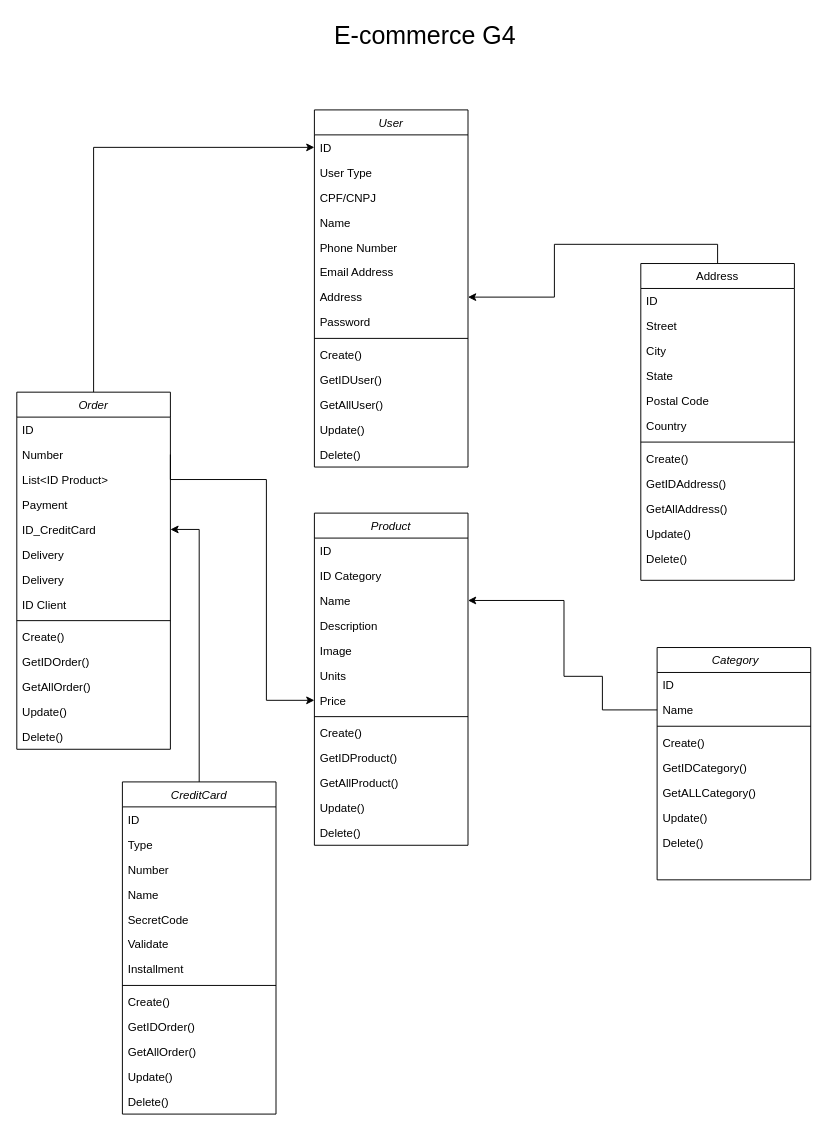
Above: EcommerceG4.drawio in Acelera-G4/e-commerceG4 (draw.io), before the change. Source tidied: cells renumbered, new cells numbered last; positions are measured from the earlier drawing's top-left corner, leaving out a move shared by most shapes. Both pictures are drawn from the tidied source at 96%, with x=0, y=0 at pixel (16, 16).
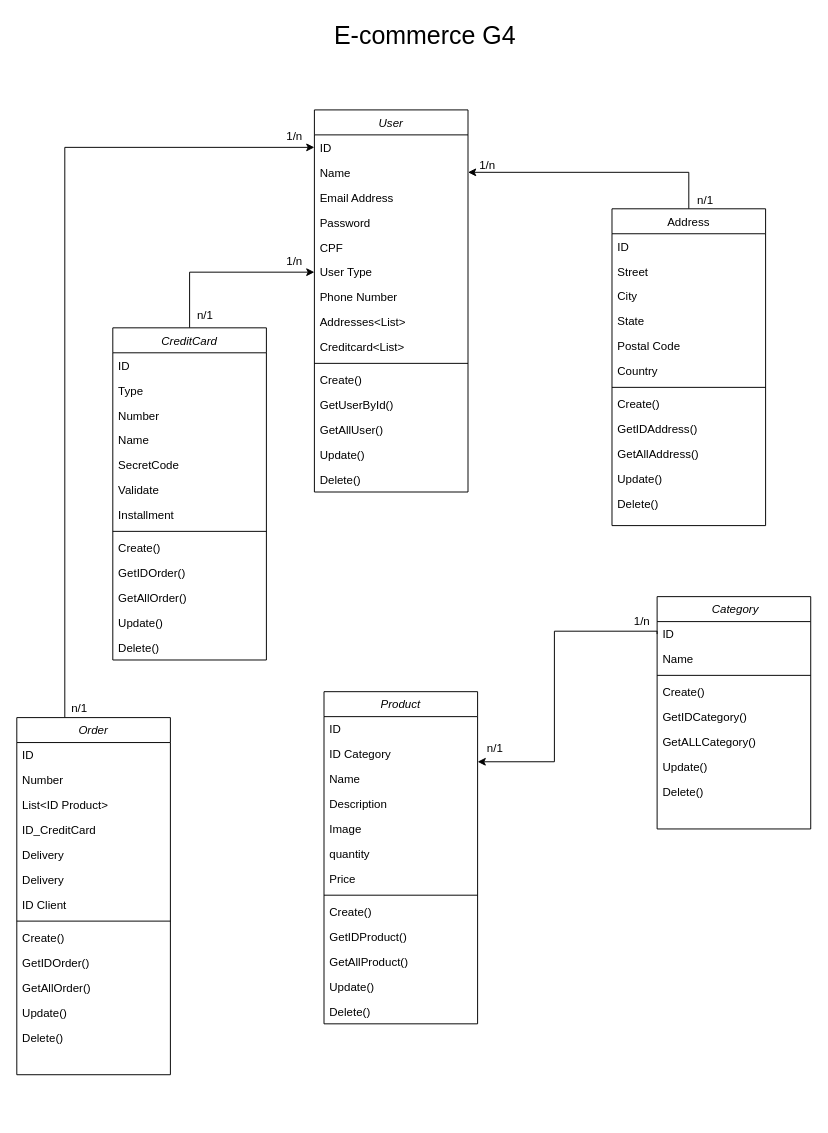
The same diagram, later.

The change refers to these unchanged cells:
```xml
<mxCell id="3" value="ID&#10;" style="text;align=left;verticalAlign=top;spacingLeft=4;spacingRight=4;overflow=hidden;points=[[0,0.5],[1,0.5]];portConstraint=eastwest;" parent="2" vertex="1">
  <mxGeometry y="26" width="160" height="26" as="geometry" />
</mxCell>
<mxCell id="34" value="Number" style="text;align=left;verticalAlign=top;spacingLeft=4;spacingRight=4;overflow=hidden;points=[[0,0.5],[1,0.5]];portConstraint=eastwest;" parent="32" vertex="1">
  <mxGeometry y="52" width="160" height="26" as="geometry" />
</mxCell>
<mxCell id="48" value="ID&#10;" style="text;align=left;verticalAlign=top;spacingLeft=4;spacingRight=4;overflow=hidden;points=[[0,0.5],[1,0.5]];portConstraint=eastwest;" parent="47" vertex="1">
  <mxGeometry y="26" width="160" height="26" as="geometry" />
</mxCell>
<mxCell id="49" value="Name" style="text;align=left;verticalAlign=top;spacingLeft=4;spacingRight=4;overflow=hidden;points=[[0,0.5],[1,0.5]];portConstraint=eastwest;" parent="47" vertex="1">
  <mxGeometry y="52" width="160" height="26" as="geometry" />
</mxCell>
<mxCell id="58" value="ID Category&#10;" style="text;align=left;verticalAlign=top;spacingLeft=4;spacingRight=4;overflow=hidden;points=[[0,0.5],[1,0.5]];portConstraint=eastwest;rounded=0;shadow=0;html=0;" parent="56" vertex="1">
  <mxGeometry y="52" width="160" height="26" as="geometry" />
</mxCell>
<mxCell id="59" value="Name" style="text;align=left;verticalAlign=top;spacingLeft=4;spacingRight=4;overflow=hidden;points=[[0,0.5],[1,0.5]];portConstraint=eastwest;" parent="56" vertex="1">
  <mxGeometry y="78" width="160" height="26" as="geometry" />
</mxCell>
<mxCell id="63" value="Price" style="text;align=left;verticalAlign=top;spacingLeft=4;spacingRight=4;overflow=hidden;points=[[0,0.5],[1,0.5]];portConstraint=eastwest;" parent="56" vertex="1">
  <mxGeometry y="182" width="160" height="26" as="geometry" />
</mxCell>
```

What changed in the source:
```diff
@@
     <mxCell id="2" value="User" style="swimlane;fontStyle=2;align=center;verticalAlign=top;horizontal=1;startSize=26;rounded=0;shadow=0;strokeWidth=1;" parent="1" vertex="1">
-      <mxGeometry x="310" y="97" width="160" height="372" as="geometry" />
+      <mxGeometry x="310" y="97" width="160" height="398" as="geometry" />
     </mxCell>
@@
+    <mxCell id="6" value="Name" style="text;align=left;verticalAlign=top;spacingLeft=4;spacingRight=4;overflow=hidden;points=[[0,0.5],[1,0.5]];portConstraint=eastwest;" parent="2" vertex="1">
+      <mxGeometry y="52" width="160" height="26" as="geometry" />
+    </mxCell>
+    <mxCell id="8" value="Email Address" style="text;align=left;verticalAlign=top;spacingLeft=4;spacingRight=4;overflow=hidden;rounded=0;shadow=0;html=0;" parent="2" vertex="1">
+      <mxGeometry y="78" width="160" height="26" as="geometry" />
+    </mxCell>
+    <mxCell id="10" value="Password" style="text;align=left;verticalAlign=top;spacingLeft=4;spacingRight=4;overflow=hidden;rounded=0;shadow=0;html=0;" parent="2" vertex="1">
+      <mxGeometry y="104" width="160" height="26" as="geometry" />
+    </mxCell>
+    <mxCell id="5" value="CPF&#10;" style="text;align=left;verticalAlign=top;spacingLeft=4;spacingRight=4;overflow=hidden;rounded=0;shadow=0;html=0;" parent="2" vertex="1">
+      <mxGeometry y="130" width="160" height="26" as="geometry" />
+    </mxCell>
     <mxCell id="4" value="User Type&#10;" style="text;align=left;verticalAlign=top;spacingLeft=4;spacingRight=4;overflow=hidden;points=[[0,0.5],[1,0.5]];portConstraint=eastwest;rounded=0;shadow=0;html=0;" parent="2" vertex="1">
-      <mxGeometry y="52" width="160" height="26" as="geometry" />
+      <mxGeometry y="156" width="160" height="26" as="geometry" />
     </mxCell>
-    <mxCell id="5" value="CPF/CNPJ&#10;" style="text;align=left;verticalAlign=top;spacingLeft=4;spacingRight=4;overflow=hidden;rounded=0;shadow=0;html=0;" parent="2" vertex="1">
-      <mxGeometry y="78" width="160" height="26" as="geometry" />
-    </mxCell>
-    <mxCell id="6" value="Name" style="text;align=left;verticalAlign=top;spacingLeft=4;spacingRight=4;overflow=hidden;points=[[0,0.5],[1,0.5]];portConstraint=eastwest;" parent="2" vertex="1">
-      <mxGeometry y="104" width="160" height="26" as="geometry" />
-    </mxCell>
     <mxCell id="7" value="Phone Number" style="text;align=left;verticalAlign=top;spacingLeft=4;spacingRight=4;overflow=hidden;rounded=0;shadow=0;html=0;" parent="2" vertex="1">
-      <mxGeometry y="130" width="160" height="26" as="geometry" />
+      <mxGeometry y="182" width="160" height="26" as="geometry" />
     </mxCell>
-    <mxCell id="8" value="Email Address" style="text;align=left;verticalAlign=top;spacingLeft=4;spacingRight=4;overflow=hidden;rounded=0;shadow=0;html=0;" parent="2" vertex="1">
-      <mxGeometry y="156" width="160" height="26" as="geometry" />
-    </mxCell>
-    <mxCell id="9" value="Address&#10;" style="text;align=left;verticalAlign=top;spacingLeft=4;spacingRight=4;overflow=hidden;points=[[0,0.5],[1,0.5]];portConstraint=eastwest;rounded=0;shadow=0;html=0;" parent="2" vertex="1">
-      <mxGeometry y="182" width="160" height="26" as="geometry" />
+    <mxCell id="9" value="Addresses&lt;List&gt;" style="text;align=left;verticalAlign=top;spacingLeft=4;spacingRight=4;overflow=hidden;points=[[0,0.5],[1,0.5]];portConstraint=eastwest;rounded=0;shadow=0;html=0;" parent="2" vertex="1">
+      <mxGeometry y="208" width="160" height="26" as="geometry" />
     </mxCell>
-    <mxCell id="10" value="Password" style="text;align=left;verticalAlign=top;spacingLeft=4;spacingRight=4;overflow=hidden;rounded=0;shadow=0;html=0;" parent="2" vertex="1">
-      <mxGeometry y="208" width="160" height="26" as="geometry" />
-    </mxCell>
+    <mxCell id="88" value="Creditcard&lt;List&gt;" style="text;align=left;verticalAlign=top;spacingLeft=4;spacingRight=4;overflow=hidden;rounded=0;shadow=0;html=0;" parent="2" vertex="1">
+      <mxGeometry y="234" width="160" height="26" as="geometry" />
+    </mxCell>
     <mxCell id="11" style="line;html=1;strokeWidth=1;align=left;verticalAlign=middle;spacingTop=-1;spacingLeft=3;spacingRight=3;labelPosition=right;" parent="2" vertex="1">
-      <mxGeometry y="234" width="160" height="8" as="geometry" />
+      <mxGeometry y="260" width="160" height="8" as="geometry" />
     </mxCell>
     <mxCell id="12" value="Create()&#10;" style="text;align=left;verticalAlign=top;spacingLeft=4;spacingRight=4;overflow=hidden;rounded=0;shadow=0;html=0;" parent="2" vertex="1">
-      <mxGeometry y="242" width="160" height="26" as="geometry" />
+      <mxGeometry y="268" width="160" height="26" as="geometry" />
     </mxCell>
-    <mxCell id="13" value="GetIDUser()" style="text;align=left;verticalAlign=top;spacingLeft=4;spacingRight=4;overflow=hidden;rounded=0;shadow=0;html=0;" parent="2" vertex="1">
-      <mxGeometry y="268" width="160" height="26" as="geometry" />
+    <mxCell id="13" value="GetUserById()" style="text;align=left;verticalAlign=top;spacingLeft=4;spacingRight=4;overflow=hidden;rounded=0;shadow=0;html=0;" parent="2" vertex="1">
+      <mxGeometry y="294" width="160" height="26" as="geometry" />
     </mxCell>
     <mxCell id="14" value="GetAllUser()" style="text;align=left;verticalAlign=top;spacingLeft=4;spacingRight=4;overflow=hidden;rounded=0;shadow=0;html=0;" parent="2" vertex="1">
-      <mxGeometry y="294" width="160" height="26" as="geometry" />
+      <mxGeometry y="320" width="160" height="26" as="geometry" />
     </mxCell>
     <mxCell id="15" value="Update()" style="text;align=left;verticalAlign=top;spacingLeft=4;spacingRight=4;overflow=hidden;rounded=0;shadow=0;html=0;" parent="2" vertex="1">
-      <mxGeometry y="320" width="160" height="26" as="geometry" />
+      <mxGeometry y="346" width="160" height="26" as="geometry" />
     </mxCell>
     <mxCell id="16" value="Delete()" style="text;align=left;verticalAlign=top;spacingLeft=4;spacingRight=4;overflow=hidden;rounded=0;shadow=0;html=0;" parent="2" vertex="1">
-      <mxGeometry y="346" width="160" height="26" as="geometry" />
+      <mxGeometry y="372" width="160" height="26" as="geometry" />
     </mxCell>
-    <mxCell id="17" style="edgeStyle=orthogonalEdgeStyle;rounded=0;jettySize=auto;html=1;exitX=0.5;exitY=0;exitDx=0;exitDy=0;entryX=1;entryY=0.5;entryDx=0;entryDy=0;" parent="1" edge="1" source="18" target="9">
+    <mxCell id="17" style="edgeStyle=orthogonalEdgeStyle;rounded=0;jettySize=auto;html=1;exitX=0.5;exitY=0;exitDx=0;exitDy=0;entryX=1;entryY=0.5;entryDx=0;entryDy=0;" parent="1" edge="1" source="18" target="6">
       <mxGeometry relative="1" as="geometry" />
     </mxCell>
     <mxCell id="18" value="Address" style="swimlane;fontStyle=0;align=center;verticalAlign=top;horizontal=1;startSize=26;rounded=0;shadow=0;strokeWidth=1;" parent="1" vertex="1">
-      <mxGeometry x="650" y="257" width="160" height="330" as="geometry" />
+      <mxGeometry x="620" y="200" width="160" height="330" as="geometry" />
     </mxCell>
@@
     <mxCell id="31" style="edgeStyle=orthogonalEdgeStyle;rounded=0;jettySize=auto;html=1;entryX=0;entryY=0.5;entryDx=0;entryDy=0;" parent="1" edge="1" source="32" target="3">
-      <mxGeometry relative="1" as="geometry" />
+      <mxGeometry relative="1" as="geometry">
+        <Array as="points">
+          <mxPoint x="50" y="136" />
+        </Array>
+      </mxGeometry>
     </mxCell>
     <mxCell id="32" value="Order" style="swimlane;fontStyle=2;align=center;verticalAlign=top;horizontal=1;startSize=26;rounded=0;shadow=0;strokeWidth=1;" parent="1" vertex="1">
-      <mxGeometry y="391" width="160" height="372" as="geometry" />
+      <mxGeometry y="730" width="160" height="372" as="geometry" />
     </mxCell>
@@
-    <mxCell id="36" value="Payment" style="text;align=left;verticalAlign=top;spacingLeft=4;spacingRight=4;overflow=hidden;rounded=0;shadow=0;html=0;" parent="32" vertex="1">
-      <mxGeometry y="104" width="160" height="26" as="geometry" />
-    </mxCell>
     <mxCell id="37" value="ID_CreditCard" style="text;align=left;verticalAlign=top;spacingLeft=4;spacingRight=4;overflow=hidden;points=[[0,0.5],[1,0.5]];portConstraint=eastwest;" parent="32" vertex="1">
-      <mxGeometry y="130" width="160" height="26" as="geometry" />
+      <mxGeometry y="104" width="160" height="26" as="geometry" />
     </mxCell>
     <mxCell id="38" value="Delivery" style="text;align=left;verticalAlign=top;spacingLeft=4;spacingRight=4;overflow=hidden;rounded=0;shadow=0;html=0;" parent="32" vertex="1">
-      <mxGeometry y="156" width="160" height="26" as="geometry" />
+      <mxGeometry y="130" width="160" height="26" as="geometry" />
     </mxCell>
     <mxCell id="39" value="Delivery" style="text;align=left;verticalAlign=top;spacingLeft=4;spacingRight=4;overflow=hidden;rounded=0;shadow=0;html=0;" parent="32" vertex="1">
-      <mxGeometry y="182" width="160" height="26" as="geometry" />
+      <mxGeometry y="156" width="160" height="26" as="geometry" />
     </mxCell>
-    <mxCell id="40" value="ID Client&#10;" style="text;align=left;verticalAlign=top;spacingLeft=4;spacingRight=4;overflow=hidden;rounded=0;shadow=0;html=0;" parent="32" vertex="1">
-      <mxGeometry y="208" width="160" height="26" as="geometry" />
+    <mxCell id="40" value="ID Client" style="text;align=left;verticalAlign=top;spacingLeft=4;spacingRight=4;overflow=hidden;rounded=0;shadow=0;html=0;" parent="32" vertex="1">
+      <mxGeometry y="182" width="160" height="26" as="geometry" />
     </mxCell>
     <mxCell id="41" style="line;html=1;strokeWidth=1;align=left;verticalAlign=middle;spacingTop=-1;spacingLeft=3;spacingRight=3;labelPosition=right;" parent="32" vertex="1">
-      <mxGeometry y="234" width="160" height="8" as="geometry" />
+      <mxGeometry y="208" width="160" height="8" as="geometry" />
     </mxCell>
     <mxCell id="42" value="Create()&#10;" style="text;align=left;verticalAlign=top;spacingLeft=4;spacingRight=4;overflow=hidden;rounded=0;shadow=0;html=0;" parent="32" vertex="1">
-      <mxGeometry y="242" width="160" height="26" as="geometry" />
+      <mxGeometry y="216" width="160" height="26" as="geometry" />
     </mxCell>
     <mxCell id="43" value="GetIDOrder()" style="text;align=left;verticalAlign=top;spacingLeft=4;spacingRight=4;overflow=hidden;rounded=0;shadow=0;html=0;" parent="32" vertex="1">
-      <mxGeometry y="268" width="160" height="26" as="geometry" />
+      <mxGeometry y="242" width="160" height="26" as="geometry" />
     </mxCell>
     <mxCell id="44" value="GetAllOrder()" style="text;align=left;verticalAlign=top;spacingLeft=4;spacingRight=4;overflow=hidden;rounded=0;shadow=0;html=0;" parent="32" vertex="1">
-      <mxGeometry y="294" width="160" height="26" as="geometry" />
+      <mxGeometry y="268" width="160" height="26" as="geometry" />
     </mxCell>
     <mxCell id="45" value="Update()" style="text;align=left;verticalAlign=top;spacingLeft=4;spacingRight=4;overflow=hidden;rounded=0;shadow=0;html=0;" parent="32" vertex="1">
-      <mxGeometry y="320" width="160" height="26" as="geometry" />
+      <mxGeometry y="294" width="160" height="26" as="geometry" />
     </mxCell>
     <mxCell id="46" value="Delete()" style="text;align=left;verticalAlign=top;spacingLeft=4;spacingRight=4;overflow=hidden;rounded=0;shadow=0;html=0;" parent="32" vertex="1">
-      <mxGeometry y="346" width="160" height="26" as="geometry" />
+      <mxGeometry y="320" width="160" height="26" as="geometry" />
     </mxCell>
     <mxCell id="47" value=" Category" style="swimlane;fontStyle=2;align=center;verticalAlign=top;horizontal=1;startSize=26;rounded=0;shadow=0;strokeWidth=1;" parent="1" vertex="1">
-      <mxGeometry x="667" y="657" width="160" height="242" as="geometry" />
+      <mxGeometry x="667" y="604" width="160" height="242" as="geometry" />
     </mxCell>
@@
     <mxCell id="56" value="Product&#10;" style="swimlane;fontStyle=2;align=center;verticalAlign=top;horizontal=1;startSize=26;rounded=0;shadow=0;strokeWidth=1;" parent="1" vertex="1">
-      <mxGeometry x="310" y="517" width="160" height="346" as="geometry" />
+      <mxGeometry x="320" y="703" width="160" height="346" as="geometry" />
     </mxCell>
@@
-    <mxCell id="62" value="Units" style="text;align=left;verticalAlign=top;spacingLeft=4;spacingRight=4;overflow=hidden;" parent="56" vertex="1">
+    <mxCell id="62" value="quantity" style="text;align=left;verticalAlign=top;spacingLeft=4;spacingRight=4;overflow=hidden;" parent="56" vertex="1">
       <mxGeometry y="156" width="160" height="26" as="geometry" />
     </mxCell>
@@
-    <mxCell id="70" style="edgeStyle=orthogonalEdgeStyle;rounded=0;jettySize=auto;html=1;exitX=1;exitY=0.5;exitDx=0;exitDy=0;entryX=0;entryY=0.5;entryDx=0;entryDy=0;" parent="1" edge="1" source="34" target="63">
-      <mxGeometry relative="1" as="geometry">
-        <Array as="points">
-          <mxPoint x="260" y="482" />
-          <mxPoint x="260" y="712" />
-        </Array>
-      </mxGeometry>
-    </mxCell>
-    <mxCell id="71" style="edgeStyle=orthogonalEdgeStyle;rounded=0;jettySize=auto;html=1;exitX=0;exitY=0.5;exitDx=0;exitDy=0;entryX=1;entryY=0.5;entryDx=0;entryDy=0;" parent="1" edge="1" source="49" target="59">
+    <mxCell id="71" style="edgeStyle=orthogonalEdgeStyle;rounded=0;jettySize=auto;html=1;exitX=0;exitY=0.5;exitDx=0;exitDy=0;entryX=1;entryY=0.808;entryDx=0;entryDy=0;entryPerimeter=0;" parent="1" edge="1" source="48" target="58">
       <mxGeometry relative="1" as="geometry">
         <Array as="points">
-          <mxPoint x="610" y="722" />
-          <mxPoint x="610" y="687" />
-          <mxPoint x="570" y="687" />
-          <mxPoint x="570" y="608" />
+          <mxPoint x="667" y="640" />
+          <mxPoint x="560" y="640" />
+          <mxPoint x="560" y="776" />
         </Array>
       </mxGeometry>
     </mxCell>
@@
-    <mxCell id="73" style="edgeStyle=orthogonalEdgeStyle;rounded=0;jettySize=auto;html=1;entryX=1;entryY=0.5;entryDx=0;entryDy=0;" parent="1" edge="1" source="74" target="37">
-      <mxGeometry relative="1" as="geometry" />
-    </mxCell>
+    <mxCell id="89" style="edgeStyle=orthogonalEdgeStyle;rounded=0;jettySize=auto;html=1;entryX=0;entryY=0.5;entryDx=0;entryDy=0;" parent="1" edge="1" source="74" target="4">
+      <mxGeometry relative="1" as="geometry" />
+    </mxCell>
     <mxCell id="74" value="CreditCard" style="swimlane;fontStyle=2;align=center;verticalAlign=top;horizontal=1;startSize=26;rounded=0;shadow=0;strokeWidth=1;" parent="1" vertex="1">
-      <mxGeometry x="110" y="797" width="160" height="346" as="geometry" />
+      <mxGeometry x="100" y="324" width="160" height="346" as="geometry" />
     </mxCell>
@@
+    <mxCell id="90" value="n/1" style="text;html=1;align=center;verticalAlign=middle;strokeColor=none;fillColor=none;" parent="1" vertex="1">
+      <mxGeometry x="697" y="176" width="40" height="30" as="geometry" />
+    </mxCell>
+    <mxCell id="91" value="n/1" style="text;html=1;align=center;verticalAlign=middle;strokeColor=none;fillColor=none;" parent="1" vertex="1">
+      <mxGeometry x="176" y="296" width="40" height="30" as="geometry" />
+    </mxCell>
+    <mxCell id="92" value="1/n" style="text;html=1;align=center;verticalAlign=middle;strokeColor=none;fillColor=none;" parent="1" vertex="1">
+      <mxGeometry x="470" y="140" width="40" height="30" as="geometry" />
+    </mxCell>
+    <mxCell id="93" value="1/n" style="text;html=1;align=center;verticalAlign=middle;strokeColor=none;fillColor=none;" parent="1" vertex="1">
+      <mxGeometry x="269" y="240" width="40" height="30" as="geometry" />
+    </mxCell>
+    <mxCell id="94" value="n/1" style="text;html=1;align=center;verticalAlign=middle;strokeColor=none;fillColor=none;" parent="1" vertex="1">
+      <mxGeometry x="45" y="706" width="40" height="30" as="geometry" />
+    </mxCell>
+    <mxCell id="95" value="1/n" style="text;html=1;align=center;verticalAlign=middle;strokeColor=none;fillColor=none;" parent="1" vertex="1">
+      <mxGeometry x="269" y="110" width="40" height="30" as="geometry" />
+    </mxCell>
+    <mxCell id="96" value="n/1" style="text;html=1;align=center;verticalAlign=middle;strokeColor=none;fillColor=none;" parent="1" vertex="1">
+      <mxGeometry x="478" y="747" width="40" height="30" as="geometry" />
+    </mxCell>
+    <mxCell id="97" value="1/n" style="text;html=1;align=center;verticalAlign=middle;strokeColor=none;fillColor=none;" parent="1" vertex="1">
+      <mxGeometry x="631" y="615" width="40" height="30" as="geometry" />
+    </mxCell>
```
